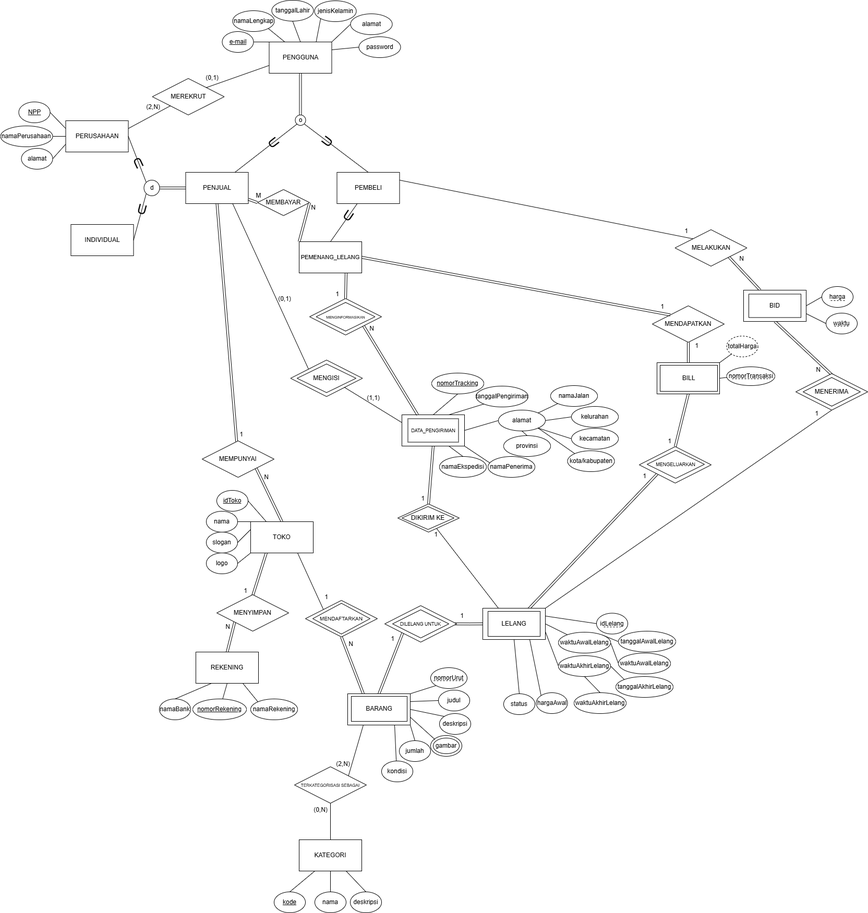
Earlier version of the draw.io export Salinan ti1_basdat.drawio-3.png (anthef/anthef). Source tidied: cells renumbered, new cells last; positions are measured from the earlier drawing's top-left corner, leaving out a move shared by most shapes.
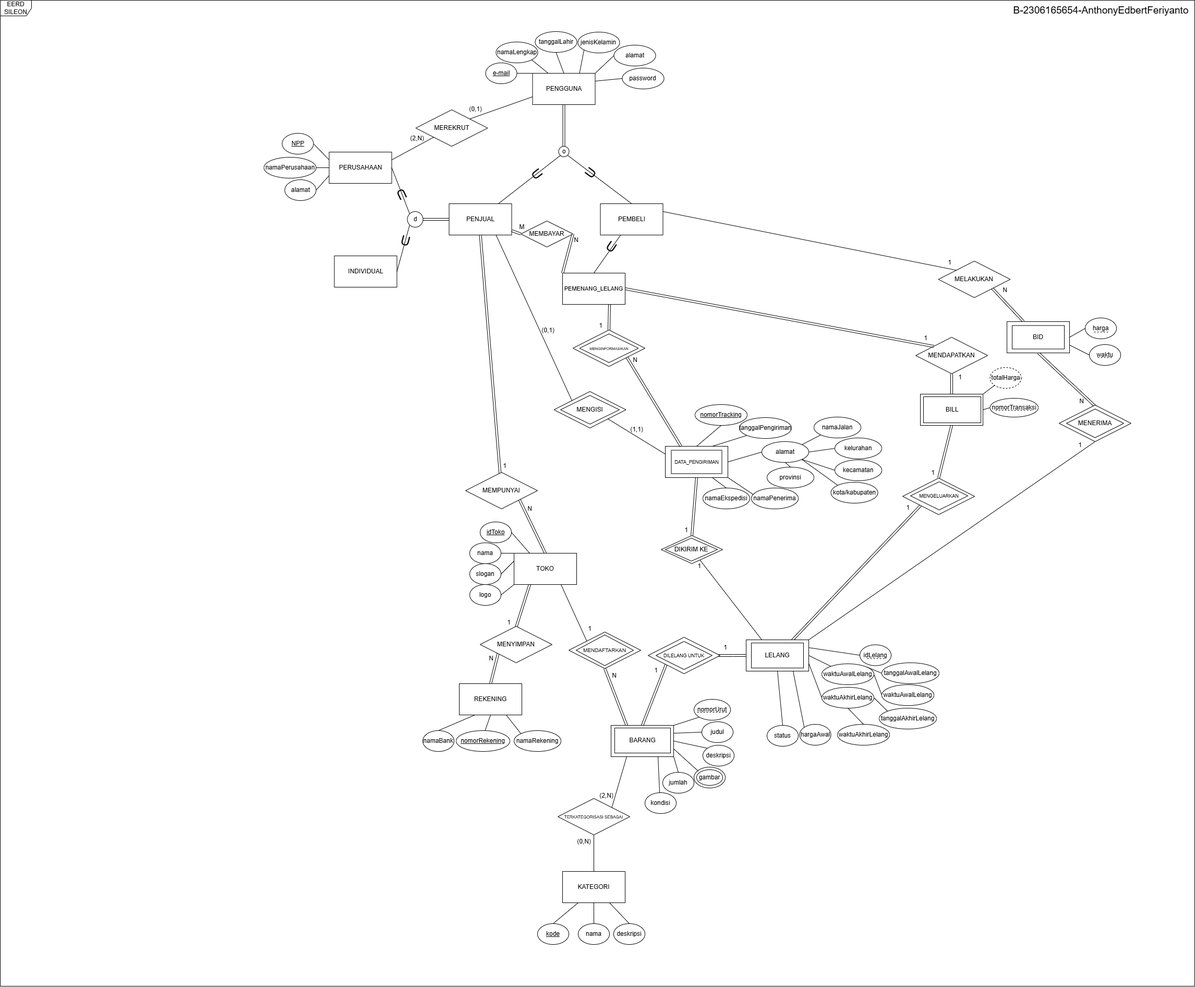
Later version of the same file.

Change to the diagram source:
```diff
@@ -497,7 +497,7 @@
       <mxGeometry x="492" y="363" width="100" height="50" as="geometry" />
     </mxCell>
     <mxCell id="165" value="N" style="text;html=1;align=center;verticalAlign=middle;strokeColor=none;fillColor=none;" parent="1" vertex="1">
-      <mxGeometry x="584" y="383" width="30" height="30" as="geometry" />
+      <mxGeometry x="583" y="385" width="30" height="30" as="geometry" />
     </mxCell>
     <mxCell id="166" value="M" style="text;html=1;align=center;verticalAlign=middle;strokeColor=none;fillColor=none;" parent="1" vertex="1">
       <mxGeometry x="479" y="360" width="30" height="30" as="geometry" />
@@ -675,5 +675,11 @@
         <mxPoint x="1188" y="1202" as="targetPoint" />
       </mxGeometry>
     </mxCell>
+    <mxCell id="220" value="EERD SILEON" style="shape=umlFrame;whiteSpace=wrap;html=1;" parent="1" vertex="1">
+      <mxGeometry x="-506" y="-60" width="2290" height="1890" as="geometry" />
+    </mxCell>
+    <mxCell id="221" value="&lt;font style=&quot;font-size: 19px;&quot;&gt;B-2306165654-AnthonyEdbertFeriyanto&lt;/font&gt;" style="text;html=1;align=center;verticalAlign=middle;strokeColor=none;fillColor=none;" parent="1" vertex="1">
+      <mxGeometry x="1424" y="-60" width="360" height="40" as="geometry" />
+    </mxCell>
   </root>
 </mxGraphModel>
```
